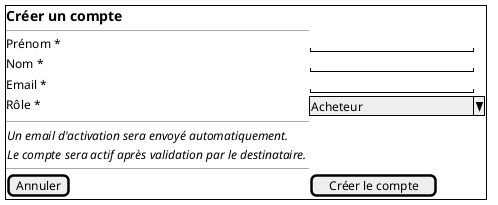
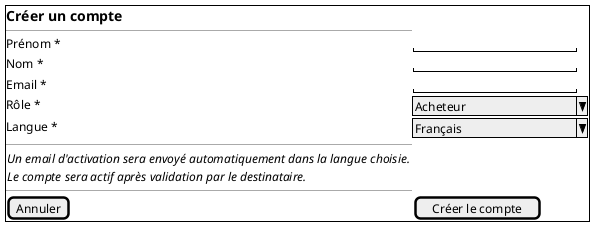
@startuml ihm-admin-form-compte
' Composant PA : front-admin (Console Administrateur)
' Fonctions allouées : Service Compte — FS-A01 (créer un compte)
' Conforme à US-ADM-01 : pas de mot de passe saisi, activation par email (CS-07)
salt

{+
  == Créer un compte
  --
  Prénom *  | "                    "
  Nom *     | "                    "
  Email *   | "                    "
  Rôle *    | ^Acheteur            ^
+   Langue *  | ^Français            ^
  --
  {
-     <i>Un email d'activation sera envoyé automatiquement.
+     <i>Un email d'activation sera envoyé automatiquement dans la langue choisie.
    <i>Le compte sera actif après validation par le destinataire.
  }
  --
  [Annuler]                    | [Créer le compte]
}

@enduml
